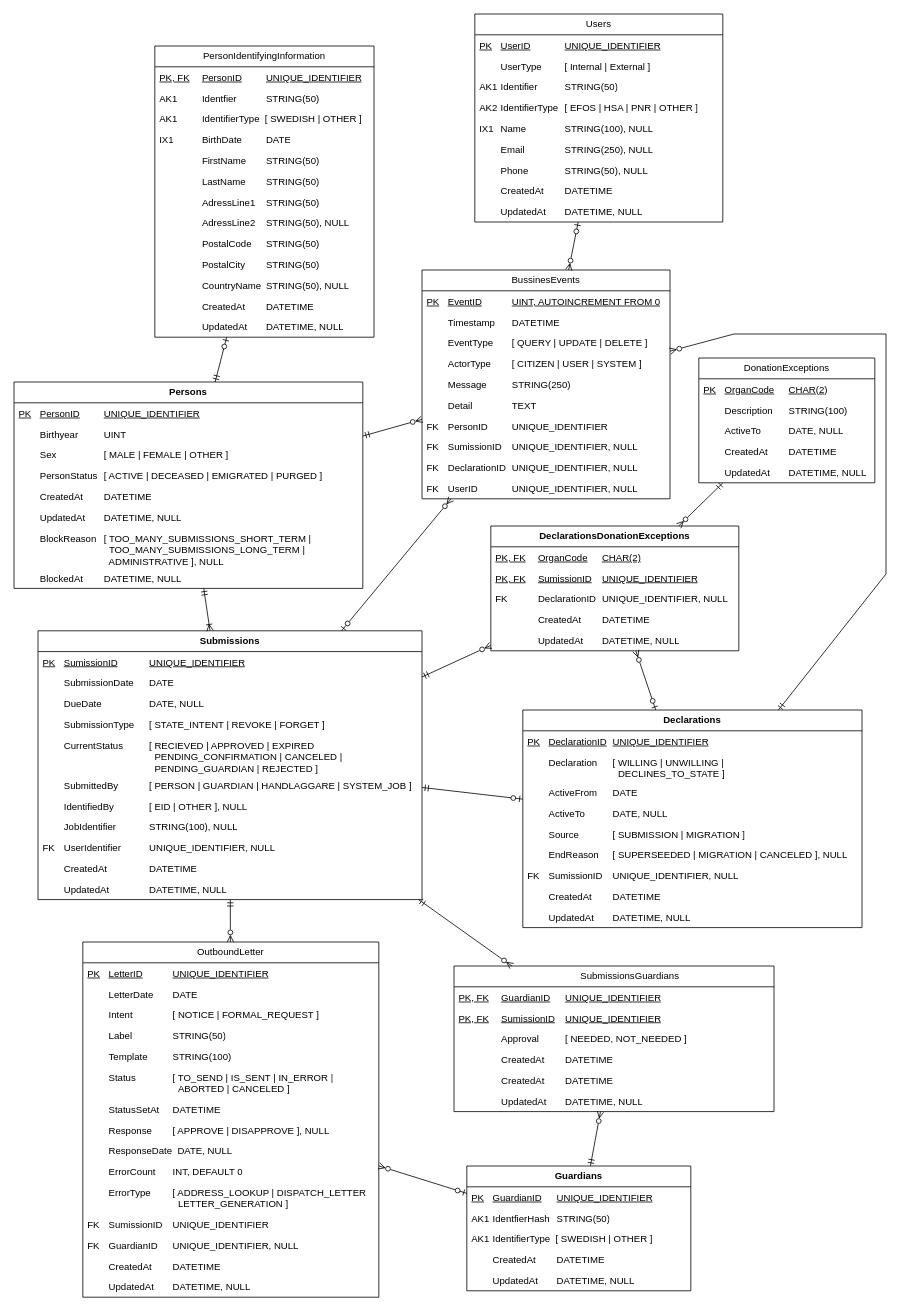
This is page "Stående Logisk modell" (8 of 9) of Donationsregister.drawio from bhagqvist-consid/ICD11, a draw.io file, before an edit. Source tidied: cells renumbered, new cells numbered last; positions are measured from the earlier drawing's top-left corner, leaving out a move shared by most shapes. Both pictures are drawn from the tidied source at 80%, with x=0, y=0 at pixel (14, 14).
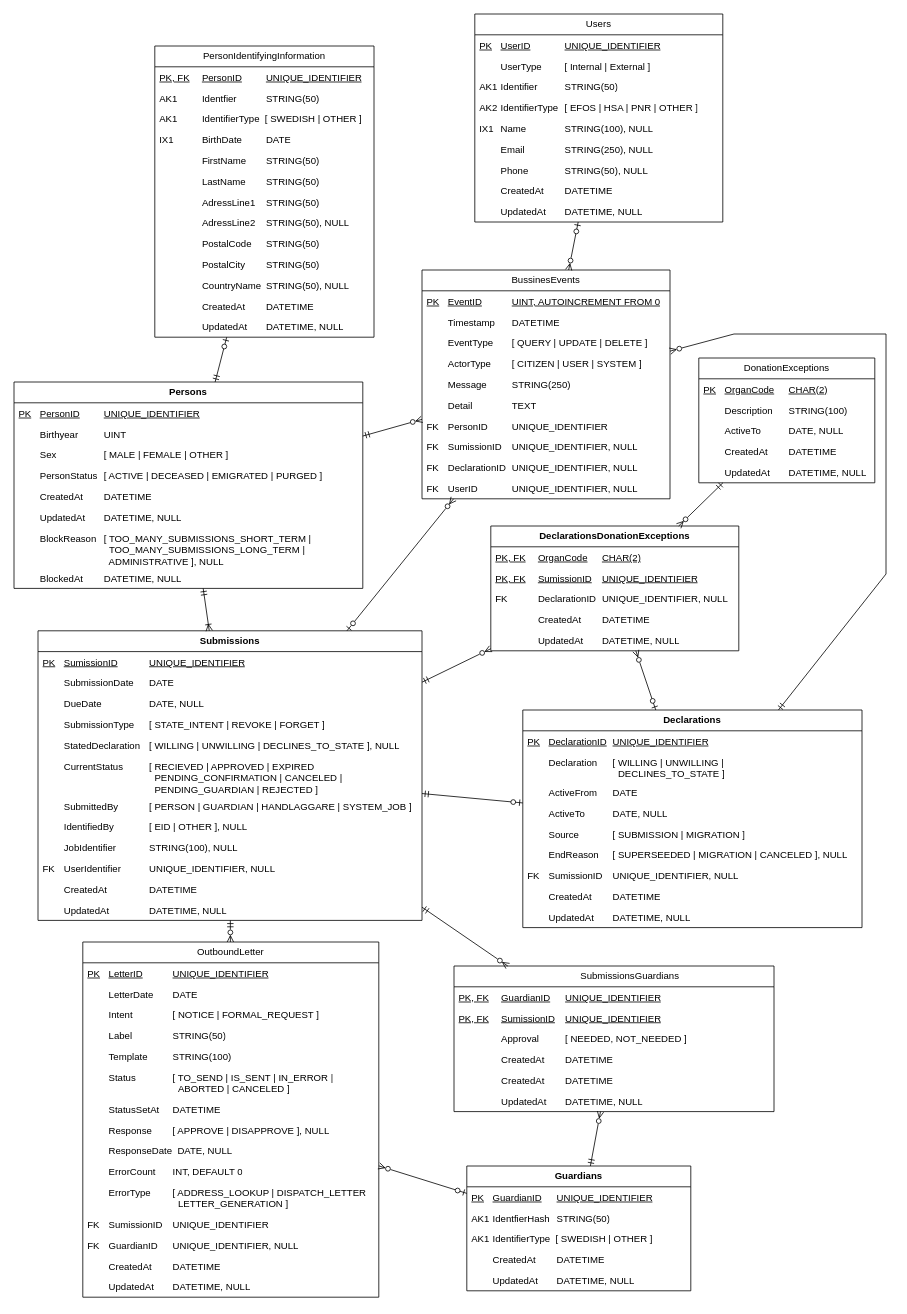
After the change.

Diff of the diagram source:
```diff
@@
     <mxCell id="11" value="Submissions" style="swimlane;fontStyle=1;horizontal=1;startSize=26;fillColor=none;whiteSpace=wrap;html=1;" parent="1" vertex="1">
-      <mxGeometry x="30" y="771" width="480" height="336" as="geometry" />
+      <mxGeometry x="30" y="771" width="480" height="362" as="geometry" />
     </mxCell>
@@
+    <mxCell id="123" value="&lt;span style=&quot;white-space: pre;&quot;&gt;&#9;&lt;/span&gt;StatedDeclaration&lt;span style=&quot;white-space: pre;&quot;&gt;&#9;&lt;/span&gt;[ WILLING | UNWILLING |&amp;nbsp;DECLINES_TO_STATE ], NULL" style="text;strokeColor=none;fillColor=none;align=left;verticalAlign=top;spacingLeft=4;spacingRight=4;overflow=hidden;whiteSpace=wrap;html=1;" parent="11" vertex="1">
+      <mxGeometry y="130" width="480" height="26" as="geometry" />
+    </mxCell>
     <mxCell id="16" value="&lt;span style=&quot;white-space: pre;&quot;&gt;&#9;&lt;/span&gt;CurrentStatus&lt;span style=&quot;white-space: pre;&quot;&gt;&#9;&lt;span style=&quot;white-space: pre;&quot;&gt;&#9;&lt;/span&gt;&lt;/span&gt;[ RECIEVED | APPROVED | EXPIRED&lt;br&gt;&lt;span style=&quot;white-space: pre;&quot;&gt;&lt;span style=&quot;white-space: pre;&quot;&gt;&#9;&lt;/span&gt;&#9;&lt;/span&gt;&lt;span style=&quot;white-space: pre;&quot;&gt;&#9;&lt;/span&gt;&lt;span style=&quot;white-space: pre;&quot;&gt;&#9;&lt;/span&gt;&lt;span style=&quot;white-space: pre;&quot;&gt;&#9;&lt;/span&gt;&amp;nbsp;&amp;nbsp;PENDING_CONFIRMATION | CANCELED |&lt;br&gt;&lt;span style=&quot;white-space: pre;&quot;&gt;&lt;span style=&quot;white-space: pre;&quot;&gt;&#9;&lt;/span&gt;&#9;&lt;/span&gt;&lt;span style=&quot;white-space: pre;&quot;&gt;&#9;&lt;/span&gt;&lt;span style=&quot;white-space: pre;&quot;&gt;&#9;&lt;/span&gt;&lt;span style=&quot;white-space: pre;&quot;&gt;&#9;&lt;/span&gt;&amp;nbsp; PENDING_GUARDIAN | REJECTED ]" style="text;strokeColor=none;fillColor=none;align=left;verticalAlign=top;spacingLeft=4;spacingRight=4;overflow=hidden;whiteSpace=wrap;html=1;" parent="11" vertex="1">
-      <mxGeometry y="130" width="480" height="50" as="geometry" />
+      <mxGeometry y="156" width="480" height="50" as="geometry" />
     </mxCell>
     <mxCell id="17" value="&lt;span style=&quot;white-space: pre;&quot;&gt;&#9;&lt;/span&gt;SubmittedBy&lt;span style=&quot;white-space: pre;&quot;&gt;&#9;&lt;/span&gt;&lt;span style=&quot;white-space: pre;&quot;&gt;&#9;&lt;/span&gt;[ PERSON | GUARDIAN | HANDLAGGARE | SYSTEM_JOB ]" style="text;strokeColor=none;fillColor=none;align=left;verticalAlign=top;spacingLeft=4;spacingRight=4;overflow=hidden;whiteSpace=wrap;html=1;" parent="11" vertex="1">
-      <mxGeometry y="180" width="480" height="26" as="geometry" />
+      <mxGeometry y="206" width="480" height="26" as="geometry" />
     </mxCell>
     <mxCell id="18" value="&lt;span style=&quot;white-space: pre;&quot;&gt;&#9;&lt;/span&gt;IdentifiedBy&lt;span style=&quot;white-space: pre;&quot;&gt;&#9;&lt;/span&gt;&lt;span style=&quot;white-space: pre;&quot;&gt;&#9;&lt;/span&gt;[ EID | OTHER ], NULL" style="text;strokeColor=none;fillColor=none;align=left;verticalAlign=top;spacingLeft=4;spacingRight=4;overflow=hidden;whiteSpace=wrap;html=1;" parent="11" vertex="1">
-      <mxGeometry y="206" width="480" height="26" as="geometry" />
+      <mxGeometry y="232" width="480" height="26" as="geometry" />
     </mxCell>
     <mxCell id="19" value="&lt;span style=&quot;white-space: pre;&quot;&gt;&#9;&lt;/span&gt;JobIdentifier&lt;span style=&quot;white-space: pre;&quot;&gt;&#9;&lt;/span&gt;&lt;span style=&quot;white-space: pre;&quot;&gt;&#9;&lt;/span&gt;STRING(100), NULL" style="text;strokeColor=none;fillColor=none;align=left;verticalAlign=top;spacingLeft=4;spacingRight=4;overflow=hidden;whiteSpace=wrap;html=1;" parent="11" vertex="1">
-      <mxGeometry y="232" width="480" height="26" as="geometry" />
+      <mxGeometry y="258" width="480" height="26" as="geometry" />
     </mxCell>
     <mxCell id="20" value="FK&lt;span style=&quot;white-space: pre;&quot;&gt;&#9;&lt;/span&gt;UserIdentifier&lt;span style=&quot;white-space: pre;&quot;&gt;&#9;&lt;/span&gt;&lt;span style=&quot;white-space: pre;&quot;&gt;&#9;&lt;/span&gt;UNIQUE_IDENTIFIER, NULL" style="text;strokeColor=none;fillColor=none;align=left;verticalAlign=top;spacingLeft=4;spacingRight=4;overflow=hidden;whiteSpace=wrap;html=1;" parent="11" vertex="1">
-      <mxGeometry y="258" width="480" height="26" as="geometry" />
+      <mxGeometry y="284" width="480" height="26" as="geometry" />
     </mxCell>
     <mxCell id="21" value="&lt;span style=&quot;white-space: pre;&quot;&gt;&#9;&lt;/span&gt;CreatedAt&amp;nbsp; &lt;span style=&quot;white-space: pre;&quot;&gt;&#9;&lt;/span&gt;&lt;span style=&quot;white-space: pre;&quot;&gt;&#9;&lt;/span&gt;DATETIME" style="text;strokeColor=none;fillColor=none;align=left;verticalAlign=top;spacingLeft=4;spacingRight=4;overflow=hidden;whiteSpace=wrap;html=1;" parent="11" vertex="1">
-      <mxGeometry y="284" width="480" height="26" as="geometry" />
+      <mxGeometry y="310" width="480" height="26" as="geometry" />
     </mxCell>
     <mxCell id="22" value="&lt;span style=&quot;white-space: pre;&quot;&gt;&#9;&lt;/span&gt;UpdatedAt&amp;nbsp; &lt;span style=&quot;white-space: pre;&quot;&gt;&#9;&lt;/span&gt;&lt;span style=&quot;white-space: pre;&quot;&gt;&#9;&lt;/span&gt;DATETIME, NULL" style="text;strokeColor=none;fillColor=none;align=left;verticalAlign=top;spacingLeft=4;spacingRight=4;overflow=hidden;whiteSpace=wrap;html=1;" parent="11" vertex="1">
-      <mxGeometry y="310" width="480" height="26" as="geometry" />
+      <mxGeometry y="336" width="480" height="26" as="geometry" />
     </mxCell>
```
